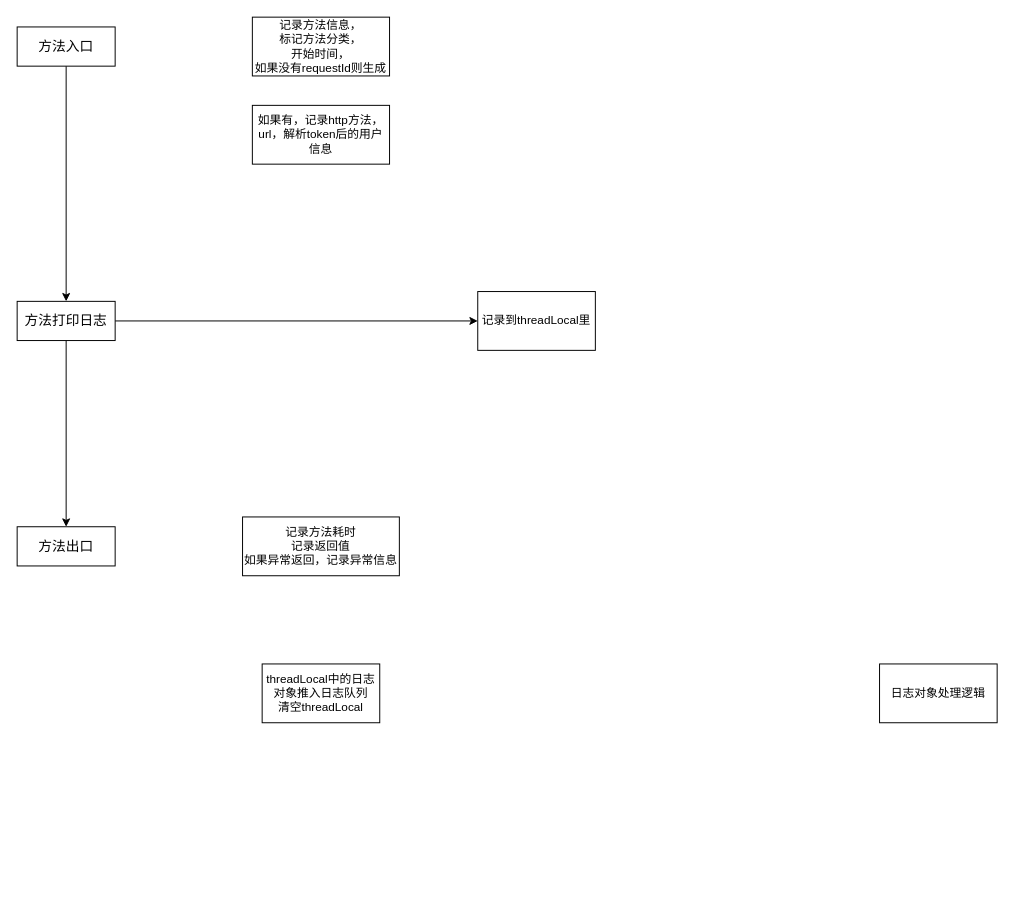
Above: page "第 2 页" (2 of 2) of 未命名表单.drawio in k525056857/mfr (draw.io), before the change. Source tidied: cells renumbered, new cells numbered last; positions are measured from the earlier drawing's top-left corner, leaving out a move shared by most shapes. Both pictures are drawn from the tidied source at 98%, with x=0, y=0 at pixel (17, 17).
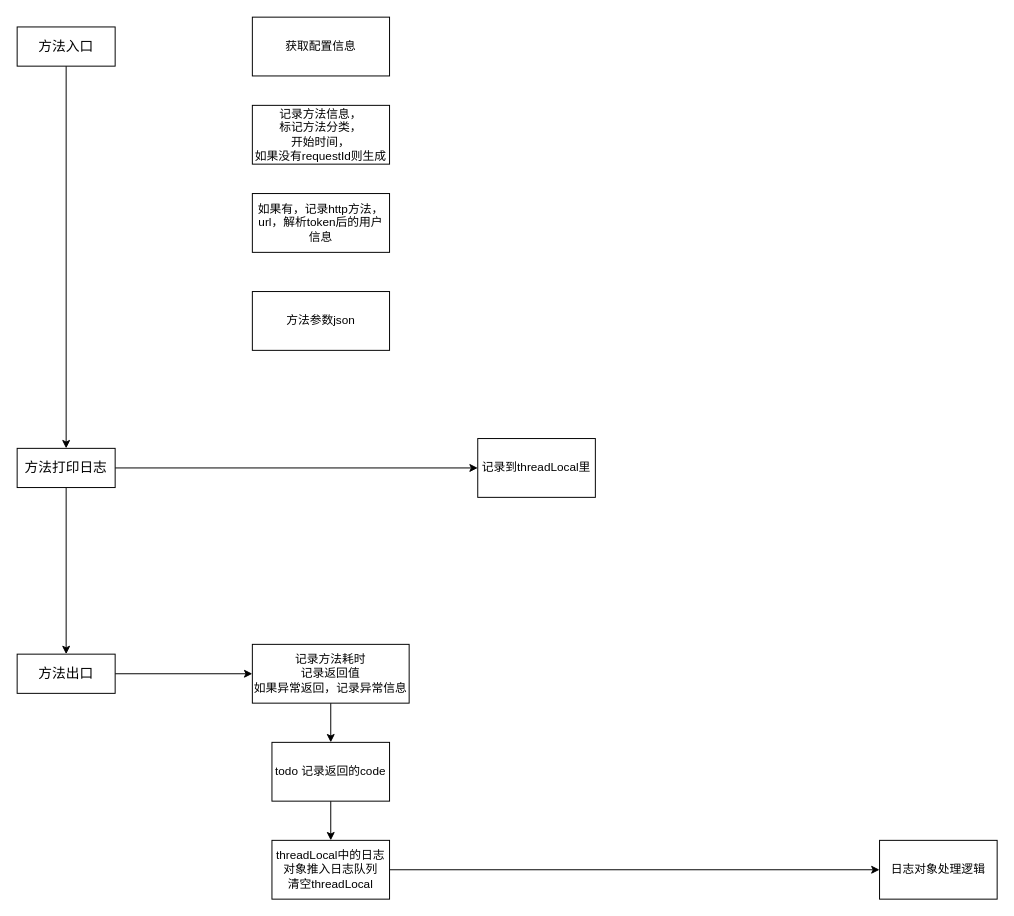
After the change.

Commit message:
更新未命名表单.drawio

What changed in the source:
```diff
@@
     <mxCell id="4" value="记录方法信息，&lt;br&gt;标记方法分类，&lt;br&gt;开始时间，&lt;br&gt;如果没有requestId则生成" style="rounded=0;whiteSpace=wrap;html=1;" parent="1" vertex="1">
-      <mxGeometry x="240" width="140" height="60" as="geometry" />
+      <mxGeometry x="240" y="90" width="140" height="60" as="geometry" />
     </mxCell>
     <mxCell id="5" value="如果有，记录http方法，url，解析token后的用户信息" style="rounded=0;whiteSpace=wrap;html=1;" parent="1" vertex="1">
-      <mxGeometry x="240" y="90" width="140" height="60" as="geometry" />
+      <mxGeometry x="240" y="180" width="140" height="60" as="geometry" />
     </mxCell>
@@
     <mxCell id="8" value="方法打印日志" style="rounded=0;whiteSpace=wrap;html=1;fontSize=14;" parent="1" vertex="1">
-      <mxGeometry y="290" width="100" height="40" as="geometry" />
+      <mxGeometry y="440" width="100" height="40" as="geometry" />
     </mxCell>
     <mxCell id="9" value="记录到threadLocal里" style="rounded=0;whiteSpace=wrap;html=1;" parent="1" vertex="1">
-      <mxGeometry x="470" y="280" width="120" height="60" as="geometry" />
+      <mxGeometry x="470" y="430" width="120" height="60" as="geometry" />
     </mxCell>
+    <mxCell id="14" style="edgeStyle=orthogonalEdgeStyle;rounded=0;jettySize=auto;html=1;exitX=1;exitY=0.5;exitDx=0;exitDy=0;entryX=0;entryY=0.5;entryDx=0;entryDy=0;" parent="1" edge="1" source="10" target="11">
+      <mxGeometry relative="1" as="geometry" />
+    </mxCell>
     <mxCell id="10" value="方法出口" style="rounded=0;whiteSpace=wrap;html=1;fontSize=14;" parent="1" vertex="1">
-      <mxGeometry y="520" width="100" height="40" as="geometry" />
+      <mxGeometry y="650" width="100" height="40" as="geometry" />
     </mxCell>
+    <mxCell id="15" style="edgeStyle=orthogonalEdgeStyle;rounded=0;jettySize=auto;html=1;exitX=0.5;exitY=1;exitDx=0;exitDy=0;" parent="1" edge="1" source="11" target="20">
+      <mxGeometry relative="1" as="geometry" />
+    </mxCell>
     <mxCell id="11" value="记录方法耗时&lt;br&gt;记录返回值&lt;br&gt;如果异常返回，记录异常信息" style="rounded=0;whiteSpace=wrap;html=1;" parent="1" vertex="1">
-      <mxGeometry x="230" y="510" width="160" height="60" as="geometry" />
+      <mxGeometry x="240" y="640" width="160" height="60" as="geometry" />
     </mxCell>
+    <mxCell id="16" style="edgeStyle=orthogonalEdgeStyle;rounded=0;jettySize=auto;html=1;exitX=1;exitY=0.5;exitDx=0;exitDy=0;entryX=0;entryY=0.5;entryDx=0;entryDy=0;" parent="1" edge="1" source="12" target="13">
+      <mxGeometry relative="1" as="geometry" />
+    </mxCell>
     <mxCell id="12" value="threadLocal中的日志对象推入日志队列&lt;br&gt;清空threadLocal" style="rounded=0;whiteSpace=wrap;html=1;" parent="1" vertex="1">
-      <mxGeometry x="250" y="660" width="120" height="60" as="geometry" />
+      <mxGeometry x="260" y="840" width="120" height="60" as="geometry" />
     </mxCell>
     <mxCell id="13" value="日志对象处理逻辑" style="rounded=0;whiteSpace=wrap;html=1;" parent="1" vertex="1">
-      <mxGeometry x="880" y="660" width="120" height="60" as="geometry" />
+      <mxGeometry x="880" y="840" width="120" height="60" as="geometry" />
     </mxCell>
+    <mxCell id="17" value="获取配置信息" style="rounded=0;whiteSpace=wrap;html=1;" parent="1" vertex="1">
+      <mxGeometry x="240" width="140" height="60" as="geometry" />
+    </mxCell>
+    <mxCell id="18" value="方法参数json" style="rounded=0;whiteSpace=wrap;html=1;" parent="1" vertex="1">
+      <mxGeometry x="240" y="280" width="140" height="60" as="geometry" />
+    </mxCell>
+    <mxCell id="19" style="edgeStyle=orthogonalEdgeStyle;rounded=0;jettySize=auto;html=1;exitX=0.5;exitY=1;exitDx=0;exitDy=0;entryX=0.5;entryY=0;entryDx=0;entryDy=0;" parent="1" edge="1" source="20" target="12">
+      <mxGeometry relative="1" as="geometry" />
+    </mxCell>
+    <mxCell id="20" value="todo 记录返回的code" style="rounded=0;whiteSpace=wrap;html=1;" parent="1" vertex="1">
+      <mxGeometry x="260" y="740" width="120" height="60" as="geometry" />
+    </mxCell>
```
